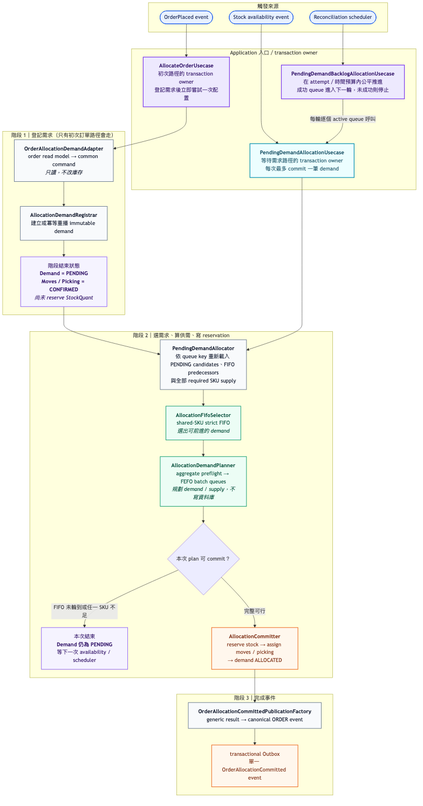
Before: docs/images/allocation-order-activity.png, a diagram exported from Mermaid (zhjiangexe/order-allocation-arch-demo). Its source is kept beside it as docs/diagrams/allocation-order-activity.mmd.
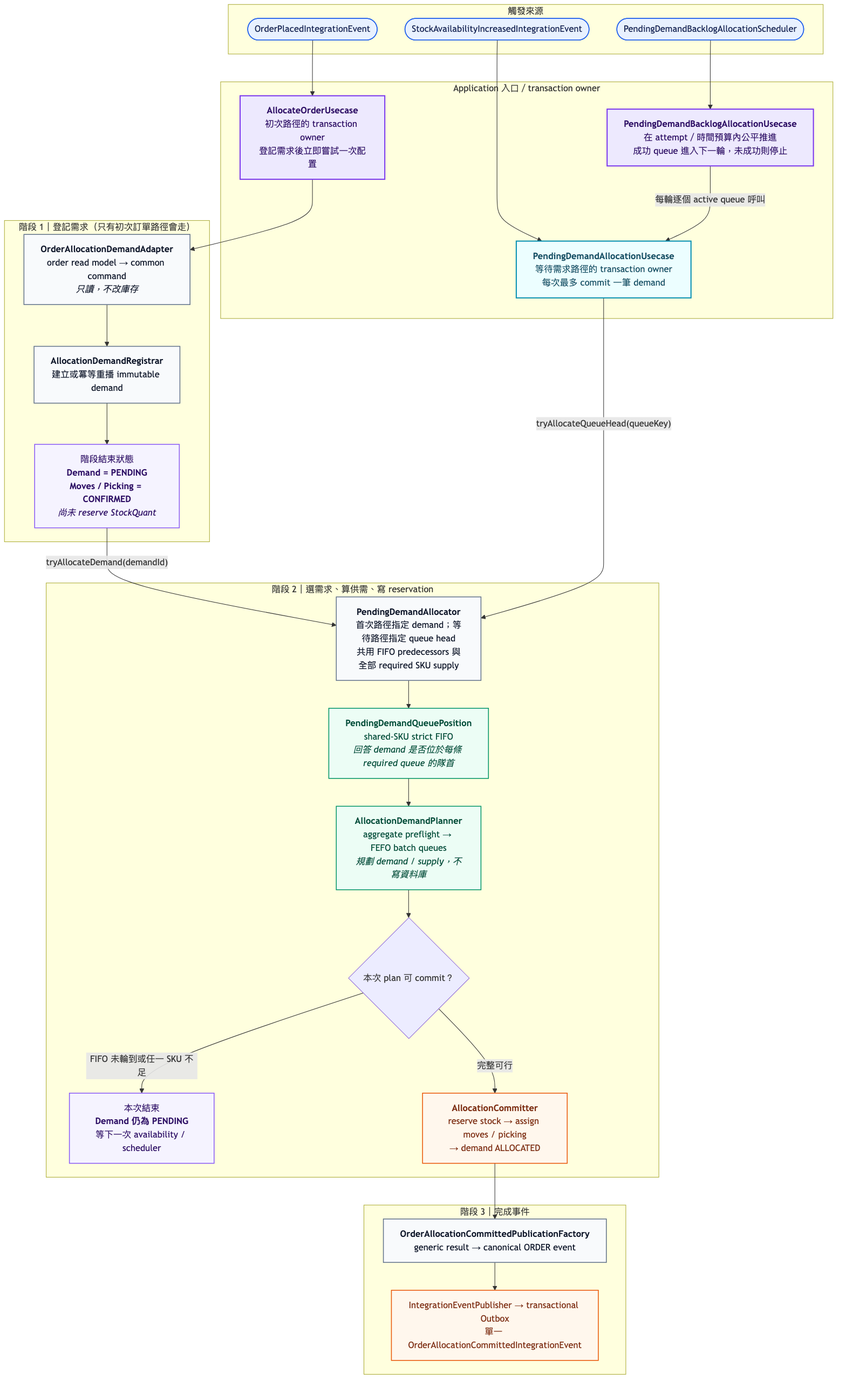
Above is the later version.

The edit, as a diff of the source:
```diff
@@ -1,9 +1,9 @@
 flowchart TB
     subgraph TRIGGERS["觸發來源"]
       direction TB
-      ORDER_EVENT([OrderPlaced event])
-      STOCK_EVENT([Stock availability event])
-      SCHEDULER([Reconciliation scheduler])
+      ORDER_EVENT([OrderPlacedIntegrationEvent])
+      STOCK_EVENT([StockAvailabilityIncreasedIntegrationEvent])
+      SCHEDULER([PendingDemandBacklogAllocationScheduler])
     end
 
     subgraph ENTRIES["Application 入口／transaction owner"]
@@ -22,8 +22,8 @@
 
     subgraph ATTEMPT["階段 2｜選需求、算供需、寫 reservation"]
       direction TB
-      COORDINATOR["<b>PendingDemandAllocator</b><br/>依 queue key 重新載入 PENDING candidates、FIFO predecessors<br/>與全部 required SKU supply"]
-      FIFO["<b>AllocationFifoSelector</b><br/>shared-SKU strict FIFO<br/><i>選出可前進的 demand</i>"]
+      COORDINATOR["<b>PendingDemandAllocator</b><br/>首次路徑指定 demand；等待路徑指定 queue head<br/>共用 FIFO predecessors 與全部 required SKU supply"]
+      POSITION["<b>PendingDemandQueuePosition</b><br/>shared-SKU strict FIFO<br/><i>回答 demand 是否位於每條 required queue 的隊首</i>"]
       PLANNER["<b>AllocationDemandPlanner</b><br/>aggregate preflight → FEFO batch queues<br/><i>規劃 demand / supply，不寫資料庫</i>"]
       DECISION{"本次 plan 可 commit？"}
       WAITING_STATE["本次結束<br/><b>Demand 仍為 PENDING</b><br/>等下一次 availability / scheduler"]
@@ -33,19 +33,19 @@
     subgraph COMPLETION["階段 3｜完成事件"]
       direction TB
       PUBLICATION["<b>OrderAllocationCommittedPublicationFactory</b><br/>generic result → canonical ORDER event"]
-      OUTBOX["transactional Outbox<br/>單一 OrderAllocationCommitted event"]
+      OUTBOX["IntegrationEventPublisher → transactional Outbox<br/>單一 OrderAllocationCommittedIntegrationEvent"]
     end
 
     ORDER_EVENT --> ORDER_UC
     ORDER_UC --> ADAPTER --> REGISTRAR --> REGISTERED_STATE
-    REGISTERED_STATE --> COORDINATOR
+    REGISTERED_STATE -- "tryAllocateDemand(demandId)" --> COORDINATOR
 
     STOCK_EVENT --> WAITING_TX
     SCHEDULER --> RECONCILE_UC
     RECONCILE_UC -- "每輪逐個 active queue 呼叫" --> WAITING_TX
-    WAITING_TX --> COORDINATOR
+    WAITING_TX -- "tryAllocateQueueHead(queueKey)" --> COORDINATOR
 
-    COORDINATOR --> FIFO --> PLANNER --> DECISION
+    COORDINATOR --> POSITION --> PLANNER --> DECISION
     DECISION -- "FIFO 未輪到或任一 SKU 不足" --> WAITING_STATE
     DECISION -- "完整可行" --> COMMITTER
     COMMITTER --> PUBLICATION --> OUTBOX
@@ -62,6 +62,6 @@
     class ORDER_UC,RECONCILE_UC usecase;
     class WAITING_TX transaction;
     class ADAPTER,REGISTRAR,COORDINATOR,PUBLICATION adapter;
-    class FIFO,PLANNER domain;
+    class POSITION,PLANNER domain;
     class REGISTERED_STATE,WAITING_STATE state;
     class COMMITTER,OUTBOX write;
```
